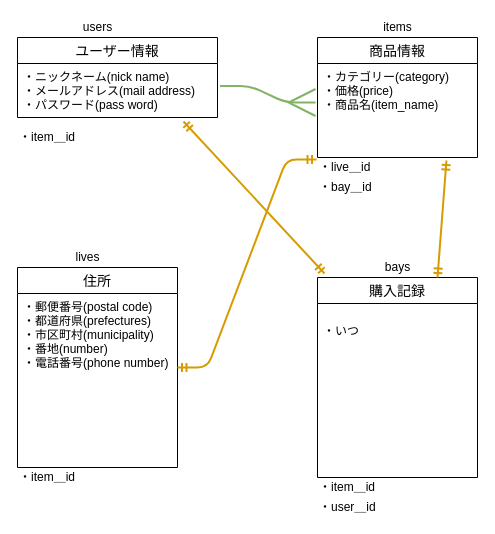
Kuritaseiya/furima-28648 keeps this draw.io diagram as Draw.io/test.dio. Above is the earlier version. Source tidied: cells renumbered, new cells numbered last; positions are measured from the earlier drawing's top-left corner, leaving out a move shared by most shapes. Both pictures are drawn from the tidied source at 100%, with x=0, y=0 at pixel (17, 17).
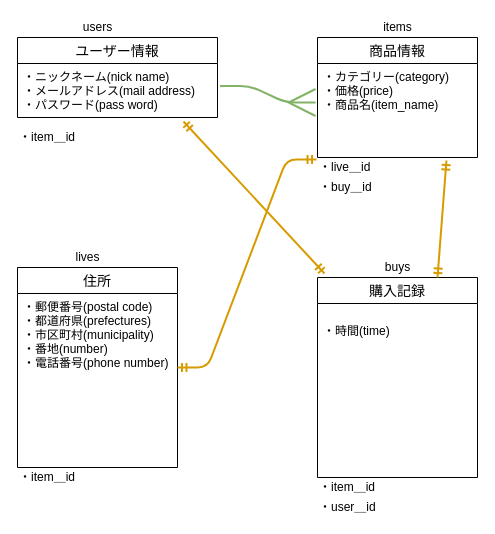
The same page after the edit.

The change refers to these unchanged cells:
```xml
<mxCell id="7" value="購入記録" style="swimlane;fontStyle=0;horizontal=1;startSize=26;align=center;fontSize=14;" parent="1" vertex="1">
  <mxGeometry x="300" y="260" width="160" height="200" as="geometry" />
</mxCell>
```

Change to the diagram source:
```diff
@@
-    <mxCell id="8" value="&#10;・いつ&#10;" style="text;strokeColor=none;fillColor=none;spacingLeft=4;spacingRight=4;overflow=hidden;fontSize=12;" parent="7" vertex="1">
+    <mxCell id="8" value="&#10;・時間(time)&#10;" style="text;strokeColor=none;fillColor=none;spacingLeft=4;spacingRight=4;overflow=hidden;fontSize=12;" parent="7" vertex="1">
       <mxGeometry y="26" width="160" height="174" as="geometry" />
     </mxCell>
@@
-    <mxCell id="15" value="bays" style="text;html=1;align=center;verticalAlign=middle;" parent="1" vertex="1">
+    <mxCell id="15" value="buys" style="text;html=1;align=center;verticalAlign=middle;" parent="1" vertex="1">
       <mxGeometry x="360" y="240" width="40" height="20" as="geometry" />
     </mxCell>
@@
-    <mxCell id="20" value="・bay＿id" style="text;html=1;align=left;verticalAlign=middle;" parent="1" vertex="1">
+    <mxCell id="20" value="・buy＿id" style="text;html=1;align=left;verticalAlign=middle;" parent="1" vertex="1">
       <mxGeometry x="300" y="160" width="70" height="20" as="geometry" />
     </mxCell>
```
